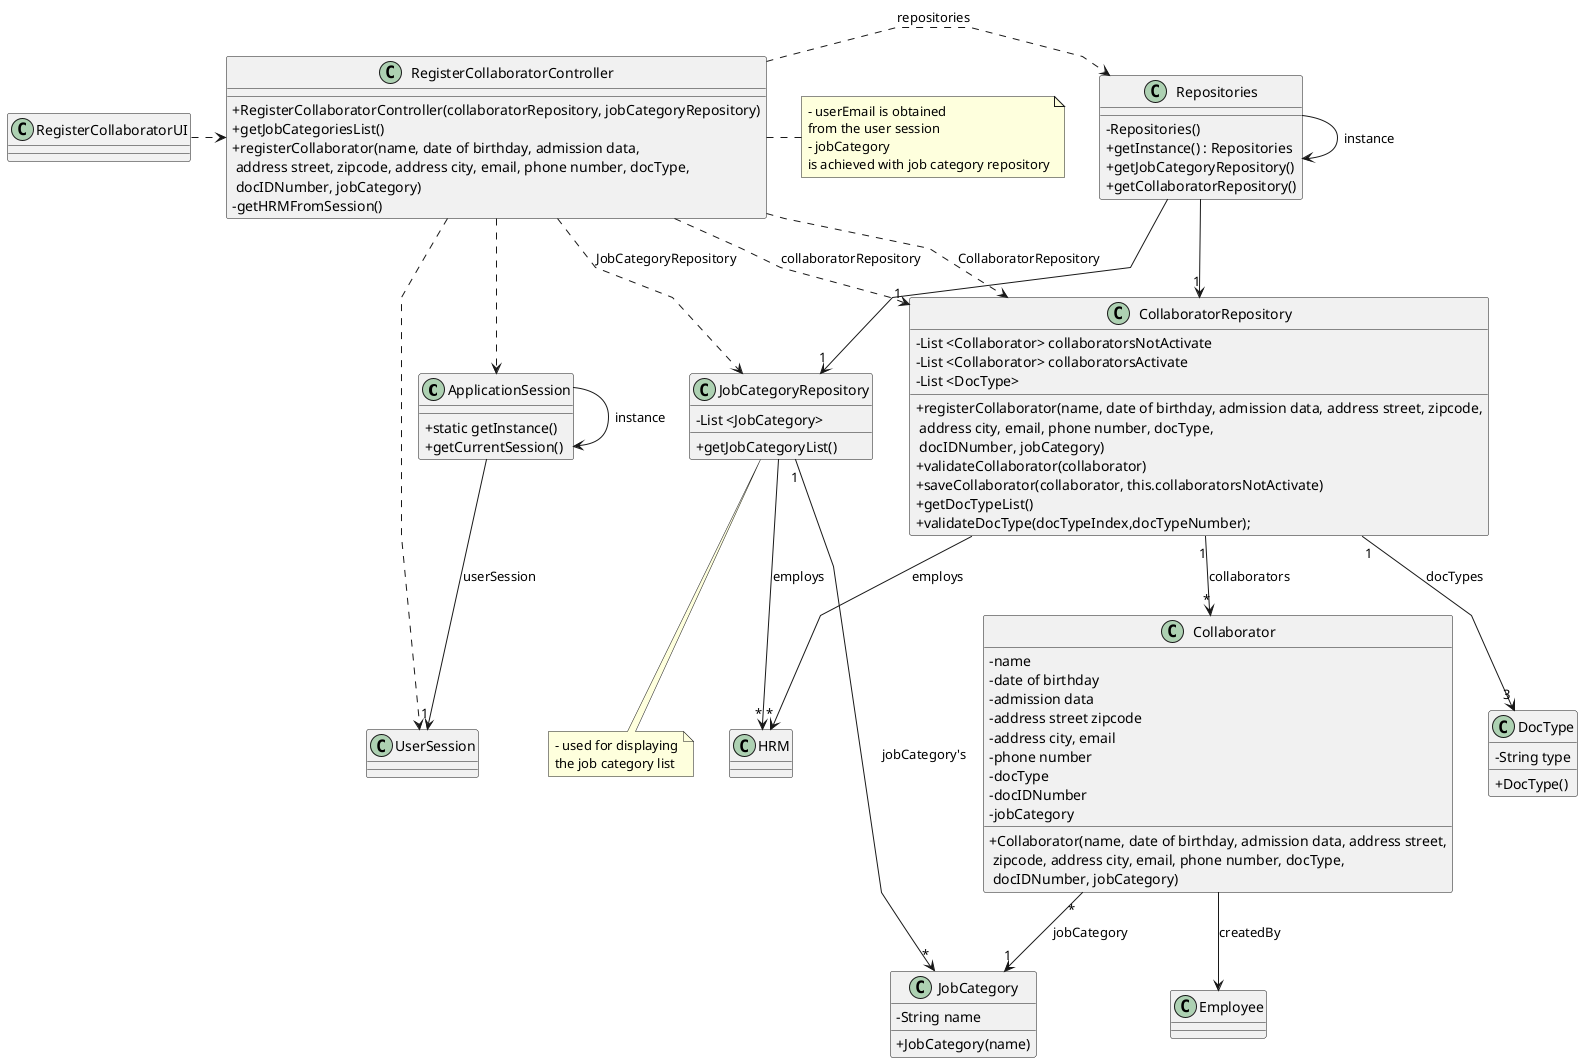
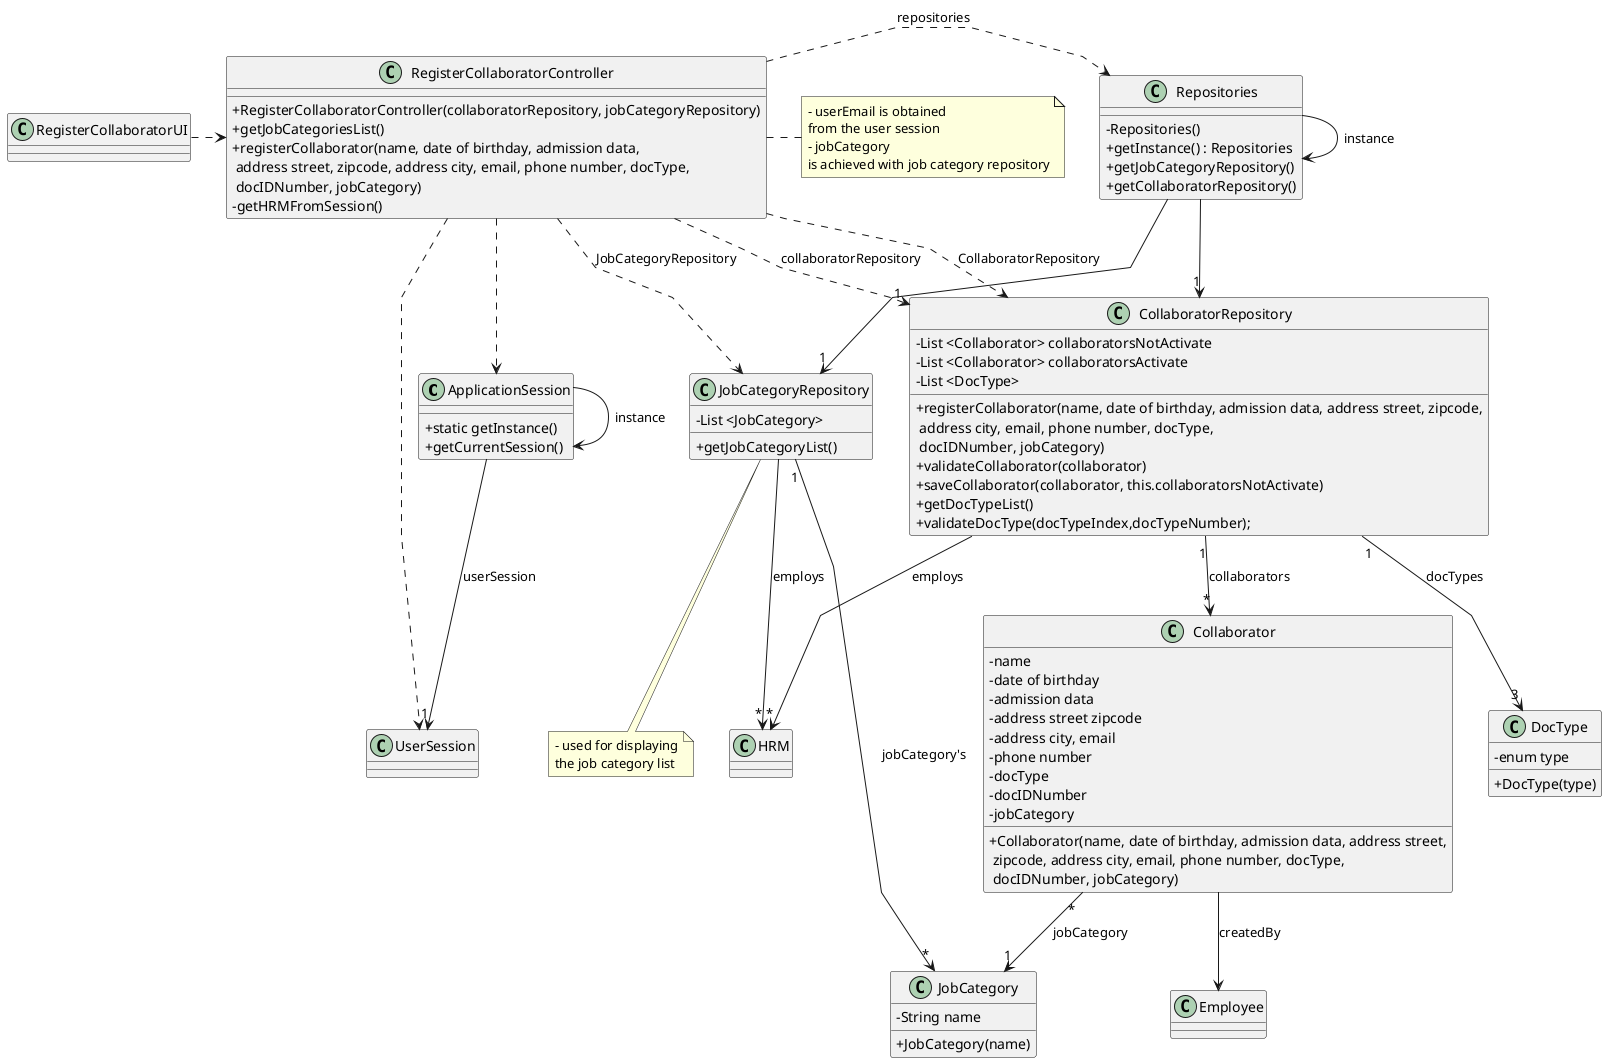
@startuml
'skinparam monochrome true
skinparam packageStyle rectangle
skinparam shadowing false
skinparam linetype polyline
'skinparam linetype orto

skinparam classAttributeIconSize 0

'left to right direction

class ApplicationSession{
    + static getInstance()
    + getCurrentSession()
}

class UserSession{
}

class HRM {
}

class Collaborator {
    - name
    - date of birthday
    - admission data
    - address street zipcode
    - address city, email
    - phone number
    - docType
    - docIDNumber
    - jobCategory

    + Collaborator(name, date of birthday, admission data, address street,\n zipcode, address city, email, phone number, docType,\n docIDNumber, jobCategory)
}

class JobCategory {
    - String name
    + JobCategory(name)
}

class CollaboratorRepository {
    - List <Collaborator> collaboratorsNotActivate
    - List <Collaborator> collaboratorsActivate
    - List <DocType>
    + registerCollaborator(name, date of birthday, admission data, address street, zipcode,\n address city, email, phone number, docType,\n docIDNumber, jobCategory)
    + validateCollaborator(collaborator)
    + saveCollaborator(collaborator, this.collaboratorsNotActivate)
    + getDocTypeList()
    + validateDocType(docTypeIndex,docTypeNumber);
}

class DocType{
-     -String type
-     +DocType()
+     -enum type
+     +DocType(type)
}

class JobCategoryRepository {
    - List <JobCategory>
    + getJobCategoryList()
}


class Repositories {
    - Repositories()
    + getInstance() : Repositories
    + getJobCategoryRepository()
    + getCollaboratorRepository()
}

class RegisterCollaboratorController {
    + RegisterCollaboratorController(collaboratorRepository, jobCategoryRepository)
    + getJobCategoriesList()
    + registerCollaborator(name, date of birthday, admission data,\n address street, zipcode, address city, email, phone number, docType,\n docIDNumber, jobCategory)
    - getHRMFromSession()
}

note right of RegisterCollaboratorController
    - userEmail is obtained
    from the user session
    - jobCategory
    is achieved with job category repository
end note

note bottom of JobCategoryRepository
    - used for displaying
    the job category list
end note

class RegisterCollaboratorUI {
}

Repositories -> Repositories : instance
ApplicationSession -> ApplicationSession : instance

RegisterCollaboratorUI .> RegisterCollaboratorController

RegisterCollaboratorController .> Repositories : repositories

Repositories -> "1" JobCategoryRepository

RegisterCollaboratorController ..> CollaboratorRepository : CollaboratorRepository
RegisterCollaboratorController ..> JobCategoryRepository : JobCategoryRepository

Repositories --> "1" CollaboratorRepository

ApplicationSession --> "1" UserSession : userSession
RegisterCollaboratorController ..> "1" CollaboratorRepository : collaboratorRepository
RegisterCollaboratorController ..> ApplicationSession
RegisterCollaboratorController ..> UserSession
Collaborator "*" --> "1" JobCategory : jobCategory
JobCategoryRepository "1" --> "*" JobCategory : jobCategory's
CollaboratorRepository "1" --> "*" Collaborator : collaborators
CollaboratorRepository "1" --> "3" DocType : docTypes
Collaborator --> Employee : createdBy

CollaboratorRepository --> "*" HRM : employs
JobCategoryRepository --> "*" HRM : employs


@enduml